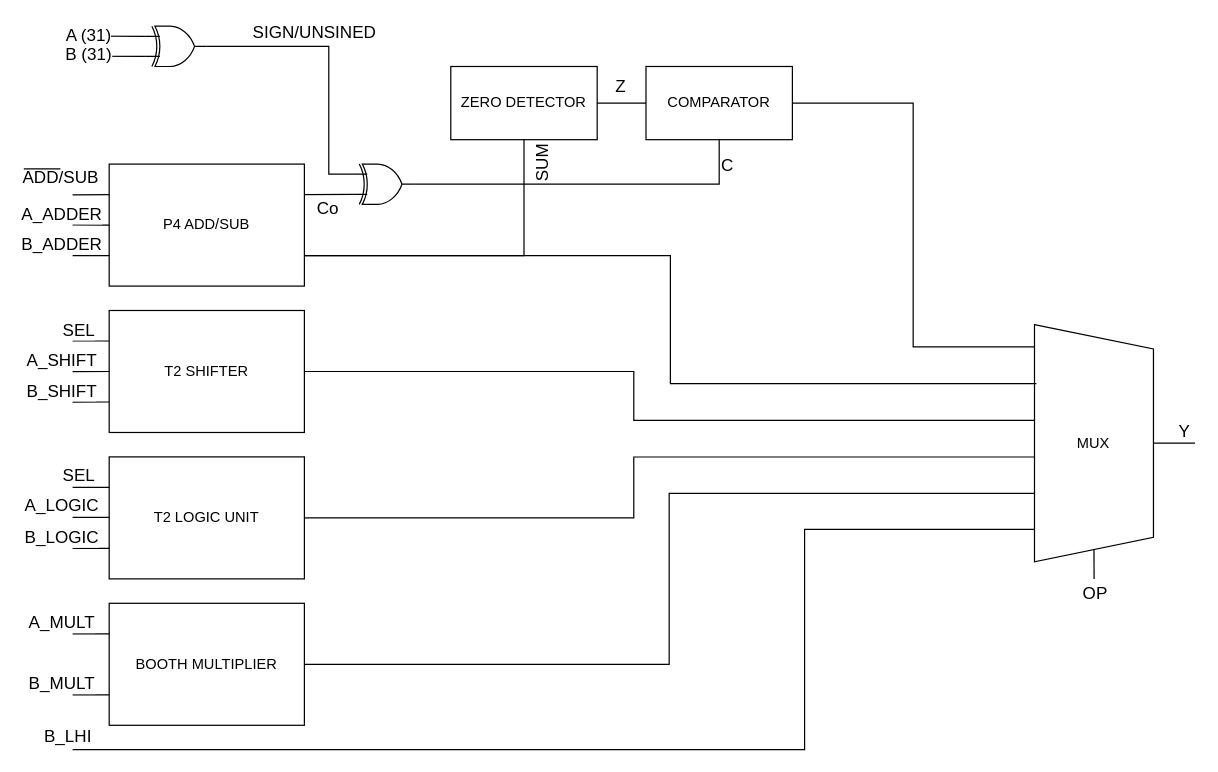
Earlier version of the draw.io diagram diagrams/alu.drawio (gabrielganzer/DLX-Microprocessor). Source tidied: cells renumbered, new cells numbered last; positions are measured from the earlier drawing's top-left corner, leaving out a move shared by most shapes. Both pictures are drawn from the tidied source at 122%, with x=0, y=0 at pixel (23, 26).
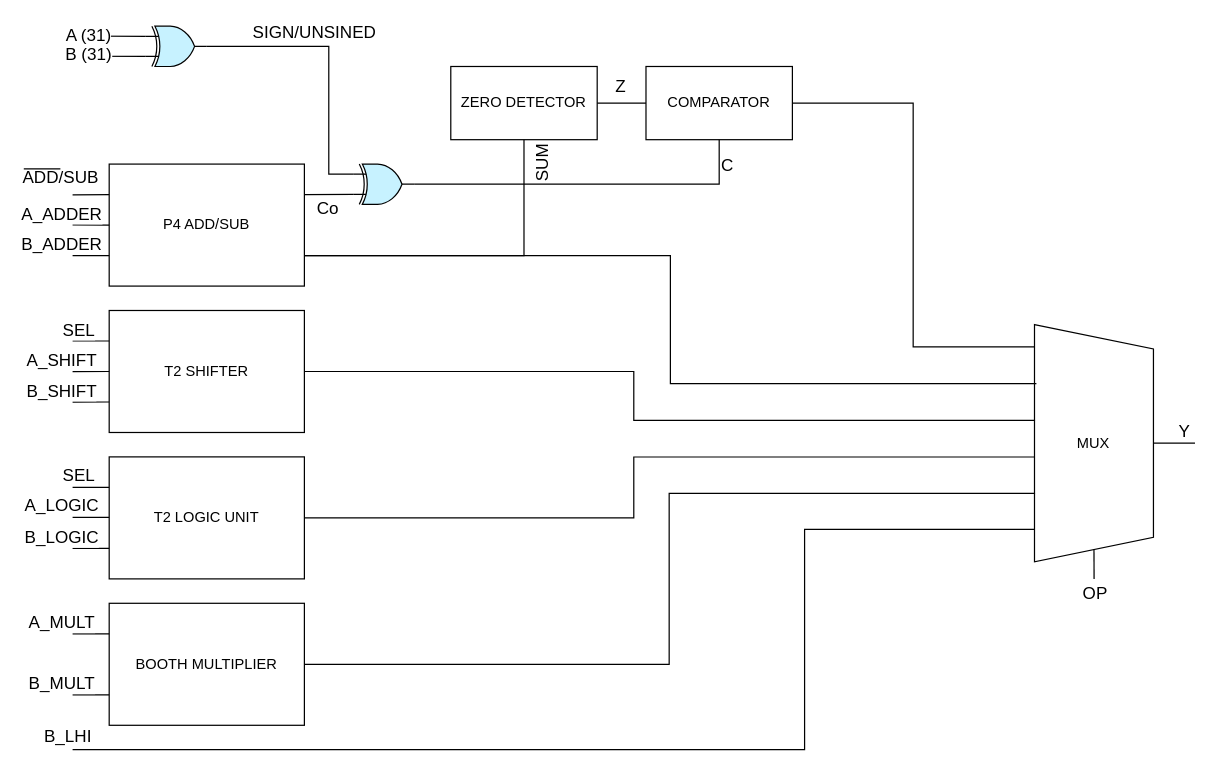
After the change.

What changed in the source:
```diff
@@
-    <mxCell id="42" style="verticalLabelPosition=bottom;shadow=0;dashed=0;align=center;html=1;verticalAlign=top;shape=mxgraph.electrical.logic_gates.logic_gate;operation=xor;fillColor=none;" parent="1" vertex="1">
+    <mxCell id="42" style="verticalLabelPosition=bottom;shadow=0;dashed=0;align=center;html=1;verticalAlign=top;shape=mxgraph.electrical.logic_gates.logic_gate;operation=xor;fillColor=#C7F2FF;" parent="1" vertex="1">
       <mxGeometry x="270" y="113" width="50" height="33" as="geometry" />
     </mxCell>
@@
-    <mxCell id="49" style="verticalLabelPosition=bottom;shadow=0;dashed=0;align=center;html=1;verticalAlign=top;shape=mxgraph.electrical.logic_gates.logic_gate;operation=xor;fillColor=none;" parent="1" vertex="1">
+    <mxCell id="49" style="verticalLabelPosition=bottom;shadow=0;dashed=0;align=center;html=1;verticalAlign=top;shape=mxgraph.electrical.logic_gates.logic_gate;operation=xor;fillColor=#C7F2FF;" parent="1" vertex="1">
       <mxGeometry x="100" width="50" height="33" as="geometry" />
     </mxCell>
```
